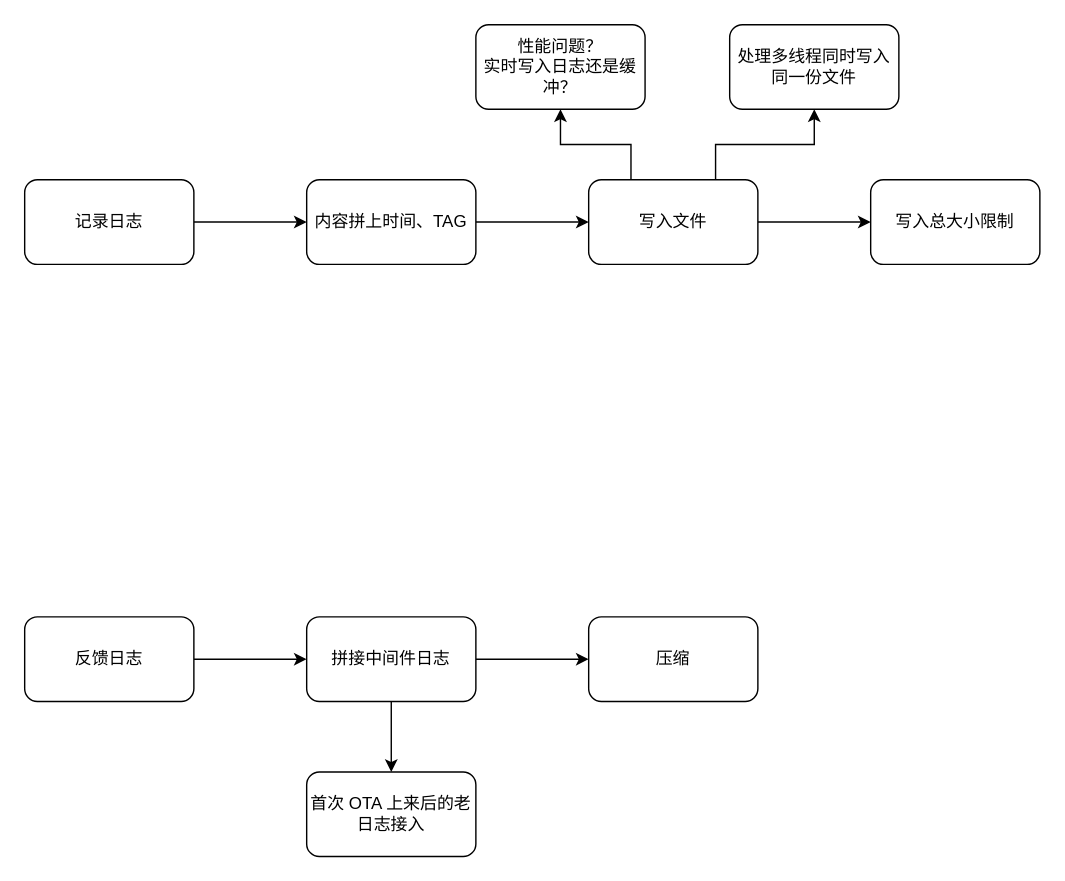
The draw.io diagram NSPro日志系统.drawio in FE-Sadhu/diagram, before the edit. Source tidied: cells renumbered, new cells numbered last; positions are measured from the earlier drawing's top-left corner, leaving out a move shared by most shapes. Both pictures are drawn from the tidied source at 141%, with x=0, y=0 at pixel (24, 24).
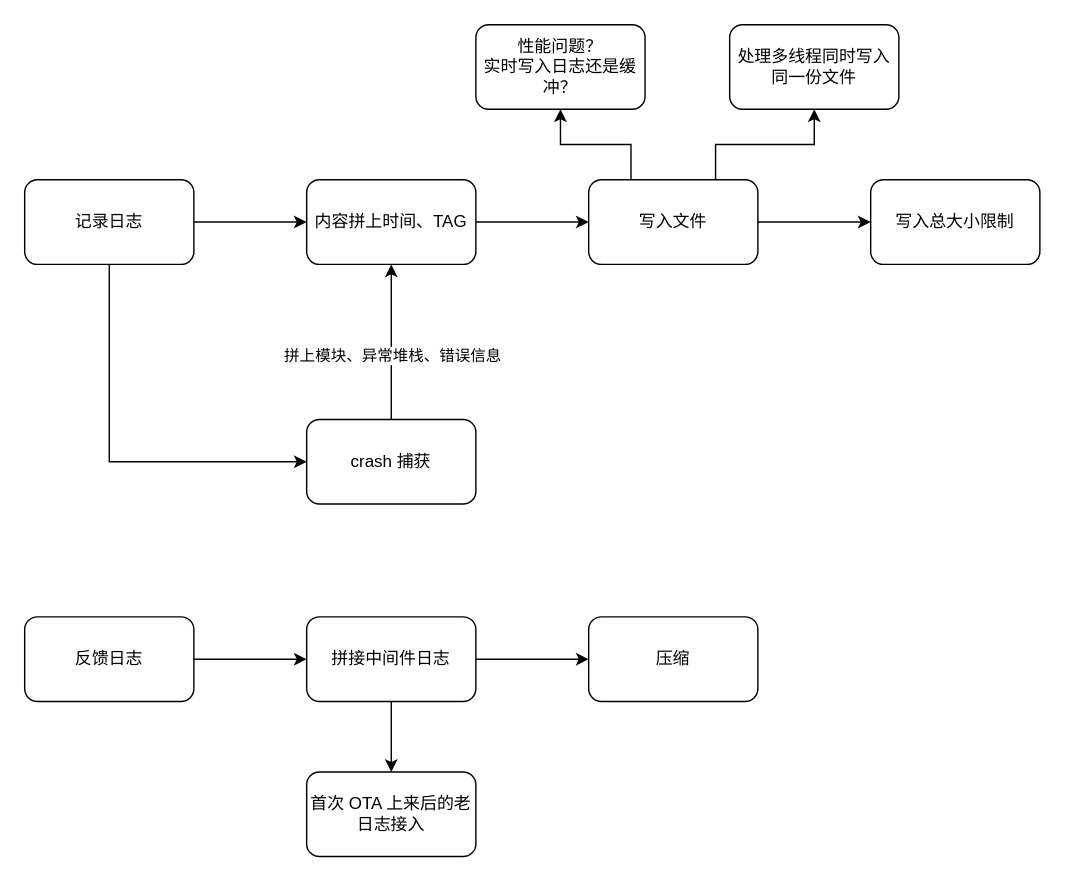
The same page after the edit.

Commit message (it also covers changes not shown here):
更新NSPro日志系统.drawio

The change refers to these unchanged cells:
```xml
<mxCell id="3" value="记录日志" style="rounded=1;whiteSpace=wrap;html=1;" parent="1" vertex="1">
  <mxGeometry y="110" width="120" height="60" as="geometry" />
</mxCell>
<mxCell id="13" value="内容拼上时间、TAG" style="rounded=1;whiteSpace=wrap;html=1;" parent="1" vertex="1">
  <mxGeometry x="200" y="110" width="120" height="60" as="geometry" />
</mxCell>
```

Diff of the diagram source:
```diff
@@
+    <mxCell id="20" style="edgeStyle=orthogonalEdgeStyle;rounded=0;jettySize=auto;html=1;exitX=0.5;exitY=1;exitDx=0;exitDy=0;entryX=0;entryY=0.5;entryDx=0;entryDy=0;" parent="1" edge="1" source="3" target="23">
+      <mxGeometry relative="1" as="geometry">
+        <Array as="points">
+          <mxPoint x="60" y="310" />
+        </Array>
+      </mxGeometry>
+    </mxCell>
@@
+    <mxCell id="21" style="edgeStyle=orthogonalEdgeStyle;rounded=0;jettySize=auto;html=1;exitX=0.5;exitY=0;exitDx=0;exitDy=0;entryX=0.5;entryY=1;entryDx=0;entryDy=0;" parent="1" edge="1" source="23" target="13">
+      <mxGeometry relative="1" as="geometry" />
+    </mxCell>
+    <mxCell id="22" value="拼上模块、异常堆栈、错误信息" style="edgeLabel;html=1;align=center;verticalAlign=middle;" parent="21" vertex="1">
+      <mxGeometry x="-0.16" relative="1" as="geometry" />
+    </mxCell>
+    <mxCell id="23" value="crash 捕获" style="rounded=1;whiteSpace=wrap;html=1;" parent="1" vertex="1">
+      <mxGeometry x="200" y="280" width="120" height="60" as="geometry" />
+    </mxCell>
```
